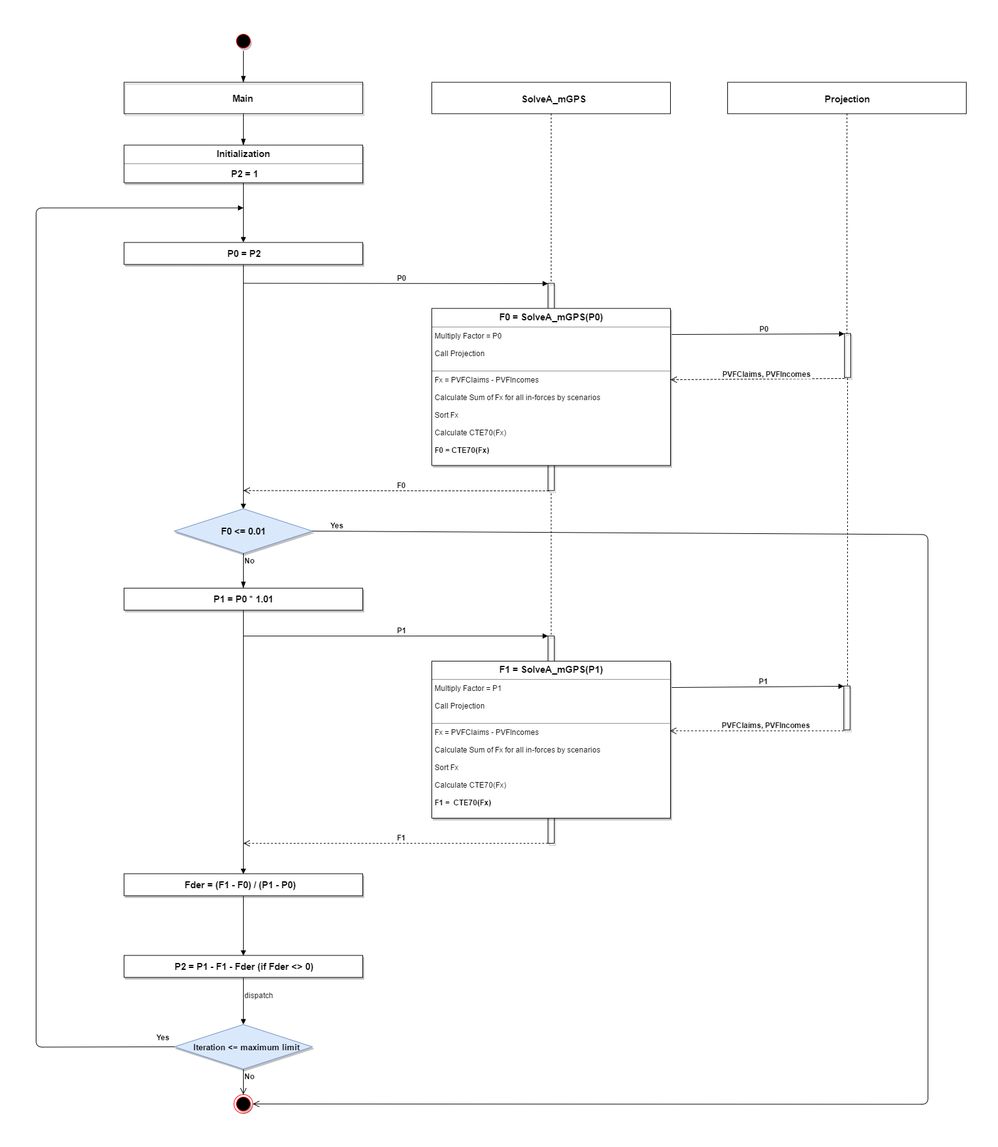
MillimanKorea/GoalSeek keeps this draw.io diagram as SecantMethod.png. Above is the earlier version. Source tidied: cells renumbered, new cells last; positions are measured from the earlier drawing's top-left corner, leaving out a move shared by most shapes.
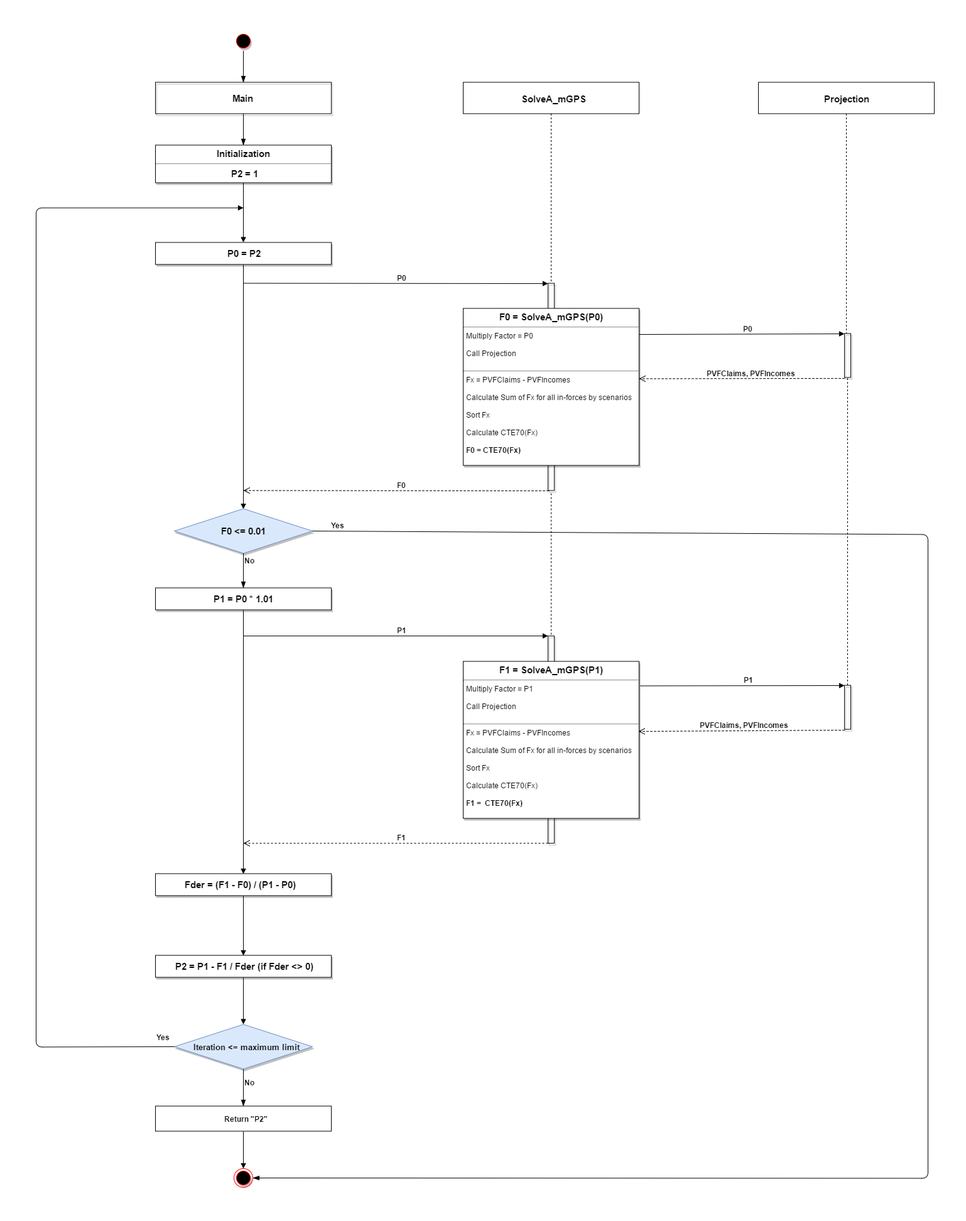
The same diagram one commit later.

Change to the diagram source:
```diff
@@ -3,13 +3,13 @@
     <mxCell id="0" style="html=1;" />
     <mxCell id="1" style="html=1;" parent="0" />
     <mxCell id="2" value="&lt;b&gt;&lt;font style=&quot;font-size: 15px&quot;&gt;P1 = P0 * 1.01&lt;/font&gt;&lt;/b&gt;&lt;br&gt;" style="html=1;glass=0;strokeWidth=1;fontSize=15;align=center;shadow=1;" parent="1" vertex="1">
-      <mxGeometry x="140" y="885.3" width="380" height="35" as="geometry" />
+      <mxGeometry x="190" y="885" width="280" height="35" as="geometry" />
     </mxCell>
     <mxCell id="3" value="&lt;b&gt;&lt;font style=&quot;font-size: 15px&quot;&gt;P0 = P2&lt;/font&gt;&lt;/b&gt;" style="html=1;glass=0;strokeWidth=1;fontSize=15;align=center;gradientColor=none;shadow=1;" parent="1" vertex="1">
-      <mxGeometry x="140" y="335" width="380" height="35" as="geometry" />
+      <mxGeometry x="190" y="335" width="280" height="35" as="geometry" />
     </mxCell>
     <mxCell id="4" value="&lt;p style=&quot;margin: 0px ; margin-top: 4px ; text-align: center&quot;&gt;&lt;strong&gt;&lt;font style=&quot;font-size: 15px&quot;&gt;Initialization&lt;/font&gt;&lt;/strong&gt;&lt;/p&gt;&lt;hr&gt;&lt;p style=&quot;text-align: center ; margin: 0px 0px 0px 4px&quot;&gt;&lt;b&gt;&lt;font style=&quot;font-size: 15px&quot;&gt;P2 = 1&lt;/font&gt;&lt;/b&gt;&lt;/p&gt;" style="shadow=1;fillColor=#FFFFFF;gradientColor=none;verticalAlign=top;align=left;overflow=fill;fontSize=12;fontFamily=Helvetica;html=1;" parent="1" vertex="1">
-      <mxGeometry x="140" y="180" width="380" height="60" as="geometry" />
+      <mxGeometry x="190" y="180" width="280" height="60" as="geometry" />
     </mxCell>
     <mxCell id="5" style="html=1;verticalAlign=bottom;startArrow=none;startFill=0;endArrow=block;startSize=8;shadow=0;strokeColor=#000000;fontSize=15;align=left;exitX=0.5;exitY=1;" parent="1" edge="1" source="4" target="3">
       <mxGeometry relative="1" as="geometry">
@@ -21,11 +21,11 @@
     <mxCell id="6" style="html=1;verticalAlign=bottom;startArrow=none;startFill=0;endArrow=block;startSize=8;shadow=0;strokeColor=#000000;fontSize=15;align=left;exitX=0.5;exitY=1;entryX=0.5;entryY=0;" parent="1" edge="1" source="3" target="9">
       <mxGeometry relative="1" as="geometry" />
     </mxCell>
-    <mxCell id="7" value="&lt;b&gt;&lt;font style=&quot;font-size: 15px&quot;&gt;P2 = P1 - F1 - Fder (if Fder &amp;lt;&amp;gt; 0)&lt;/font&gt;&lt;/b&gt;&lt;br&gt;" style="html=1;glass=0;strokeWidth=1;fontSize=15;align=center;comic=0;shadow=1;" parent="1" vertex="1">
-      <mxGeometry x="140" y="1470" width="380" height="35" as="geometry" />
+    <mxCell id="7" value="&lt;b&gt;&lt;font style=&quot;font-size: 15px&quot;&gt;P2 = P1 - F1 / Fder (if Fder &amp;lt;&amp;gt; 0)&lt;/font&gt;&lt;/b&gt;&lt;br&gt;" style="html=1;glass=0;strokeWidth=1;fontSize=15;align=center;comic=0;shadow=1;" parent="1" vertex="1">
+      <mxGeometry x="190" y="1470" width="280" height="35" as="geometry" />
     </mxCell>
     <mxCell id="8" style="ellipse;html=1;shape=endState;fillColor=#000000;strokeColor=#ff0000;shadow=1;glass=0;comic=0;fontSize=15;align=center;" parent="1" vertex="1">
-      <mxGeometry x="315" y="1691.7" width="30" height="30" as="geometry" />
+      <mxGeometry x="315" y="1809.7" width="30" height="30" as="geometry" />
     </mxCell>
     <mxCell id="9" value="&lt;b&gt;F0 &amp;lt;= 0.01&lt;/b&gt;" style="rhombus;whiteSpace=wrap;html=1;fillColor=#dae8fc;strokeColor=#6c8ebf;shadow=1;glass=0;comic=0;fontSize=15;align=center;" parent="1" vertex="1">
       <mxGeometry x="220" y="759" width="220" height="71" as="geometry" />
@@ -56,10 +56,10 @@
       </mxGeometry>
     </mxCell>
     <mxCell id="17" value="&lt;p style=&quot;margin: 0px ; margin-top: 4px ; text-align: center&quot;&gt;&lt;strong&gt;&lt;font style=&quot;font-size: 15px&quot;&gt;F0 = SolveA_mGPS(P0)&lt;/font&gt;&lt;/strong&gt;&lt;/p&gt;&lt;hr&gt;&lt;p style=&quot;margin: 0px ; margin-left: 4px&quot;&gt;Multiply Factor = P0&lt;/p&gt;&lt;p style=&quot;margin: 0px ; margin-left: 4px&quot;&gt;&lt;br&gt;&lt;/p&gt;&lt;p style=&quot;margin: 0px ; margin-left: 4px&quot;&gt;Call Projection&lt;/p&gt;&lt;p style=&quot;margin: 0px ; margin-left: 4px&quot;&gt;&lt;br&gt;&lt;/p&gt;&lt;hr&gt;&lt;p style=&quot;margin: 0px ; margin-left: 4px&quot;&gt;&lt;span&gt;Fx = PVFClaims - PVFIncomes&lt;/span&gt;&lt;/p&gt;&lt;p style=&quot;margin: 0px ; margin-left: 4px&quot;&gt;&lt;br&gt;&lt;/p&gt;&lt;p style=&quot;margin: 0px ; margin-left: 4px&quot;&gt;Calculate Sum of Fx for all in-forces by scenarios&lt;/p&gt;&lt;p style=&quot;margin: 0px ; margin-left: 4px&quot;&gt;&lt;br&gt;&lt;/p&gt;&lt;p style=&quot;margin: 0px ; margin-left: 4px&quot;&gt;Sort Fx&lt;/p&gt;&lt;p style=&quot;margin: 0px ; margin-left: 4px&quot;&gt;&lt;br&gt;&lt;/p&gt;&lt;p style=&quot;margin: 0px ; margin-left: 4px&quot;&gt;Calculate CTE70(Fx)&lt;/p&gt;&lt;p style=&quot;margin: 0px ; margin-left: 4px&quot;&gt;&lt;br&gt;&lt;/p&gt;&lt;p style=&quot;margin: 0px ; margin-left: 4px&quot;&gt;&lt;b&gt;F0 = CTE70(Fx)&lt;/b&gt;&lt;/p&gt;" style="shadow=1;fillColor=#FFFFFF;gradientColor=none;verticalAlign=top;align=left;overflow=fill;fontSize=12;fontFamily=Helvetica;html=1;" parent="1" vertex="1">
-      <mxGeometry x="630" y="440" width="380" height="250" as="geometry" />
+      <mxGeometry x="680" y="440" width="280" height="250" as="geometry" />
     </mxCell>
     <mxCell id="18" value="&lt;b&gt;&lt;font style=&quot;font-size: 15px&quot;&gt;SolveA_mGPS&lt;/font&gt;&lt;/b&gt;" style="shape=umlLifeline;perimeter=lifelinePerimeter;whiteSpace=wrap;html=1;shadow=0;glass=0;comic=0;strokeWidth=1;fillColor=none;gradientColor=none;fontSize=12;align=center;size=50;" parent="1" vertex="1">
-      <mxGeometry x="630" y="80" width="380" height="320" as="geometry" />
+      <mxGeometry x="680" y="80" width="280" height="320" as="geometry" />
     </mxCell>
     <mxCell id="19" value="return" style="html=1;verticalAlign=bottom;endArrow=open;dashed=1;endSize=8;exitX=0;exitY=0.95;shadow=0;strokeColor=#000000;fontSize=12;align=left;" parent="1" edge="1">
       <mxGeometry relative="1" as="geometry">
@@ -81,10 +81,10 @@
       </mxGeometry>
     </mxCell>
     <mxCell id="23" value="&lt;p style=&quot;margin: 0px ; margin-top: 4px ; text-align: center&quot;&gt;&lt;strong&gt;&lt;font style=&quot;font-size: 15px&quot;&gt;F1 = SolveA_mGPS(P1)&lt;/font&gt;&lt;/strong&gt;&lt;/p&gt;&lt;hr&gt;&lt;p style=&quot;margin: 0px ; margin-left: 4px&quot;&gt;Multiply Factor = P1&lt;/p&gt;&lt;p style=&quot;margin: 0px ; margin-left: 4px&quot;&gt;&lt;br&gt;&lt;/p&gt;&lt;p style=&quot;margin: 0px ; margin-left: 4px&quot;&gt;Call Projection&lt;/p&gt;&lt;p style=&quot;margin: 0px ; margin-left: 4px&quot;&gt;&lt;br&gt;&lt;/p&gt;&lt;hr&gt;&lt;p style=&quot;margin: 0px ; margin-left: 4px&quot;&gt;&lt;span&gt;Fx = PVFClaims - PVFIncomes&lt;/span&gt;&lt;/p&gt;&lt;p style=&quot;margin: 0px ; margin-left: 4px&quot;&gt;&lt;br&gt;&lt;/p&gt;&lt;p style=&quot;margin: 0px ; margin-left: 4px&quot;&gt;Calculate Sum of Fx for all in-forces by scenarios&lt;/p&gt;&lt;p style=&quot;margin: 0px ; margin-left: 4px&quot;&gt;&lt;br&gt;&lt;/p&gt;&lt;p style=&quot;margin: 0px ; margin-left: 4px&quot;&gt;Sort Fx&lt;/p&gt;&lt;p style=&quot;margin: 0px ; margin-left: 4px&quot;&gt;&lt;br&gt;&lt;/p&gt;&lt;p style=&quot;margin: 0px ; margin-left: 4px&quot;&gt;Calculate CTE70(Fx)&lt;/p&gt;&lt;p style=&quot;margin: 0px ; margin-left: 4px&quot;&gt;&lt;br&gt;&lt;/p&gt;&lt;p style=&quot;margin: 0px ; margin-left: 4px&quot;&gt;&lt;b&gt;F1 = &amp;nbsp;CTE70(Fx)&lt;/b&gt;&lt;/p&gt;" style="shadow=1;fillColor=#FFFFFF;gradientColor=none;verticalAlign=top;align=left;overflow=fill;fontSize=12;fontFamily=Helvetica;html=1;" parent="1" vertex="1">
-      <mxGeometry x="630" y="1001.6" width="380" height="250" as="geometry" />
+      <mxGeometry x="680" y="1002" width="280" height="250" as="geometry" />
     </mxCell>
     <mxCell id="24" value="&lt;b&gt;&lt;font style=&quot;font-size: 15px&quot;&gt;Fder = (F1 - F0) / (P1 - P0)&lt;/font&gt;&lt;/b&gt;&lt;br&gt;" style="html=1;glass=0;strokeWidth=1;fontSize=15;align=center;comic=0;shadow=1;" parent="1" vertex="1">
-      <mxGeometry x="140" y="1340" width="380" height="35" as="geometry" />
+      <mxGeometry x="190" y="1340" width="280" height="35" as="geometry" />
     </mxCell>
     <mxCell id="25" style="html=1;verticalAlign=bottom;endArrow=block;shadow=0;strokeColor=#000000;fontSize=12;align=left;exitX=0.5;exitY=1;entryX=0.5;entryY=0;" parent="1" edge="1" source="24" target="7">
       <mxGeometry relative="1" as="geometry" />
@@ -98,11 +98,11 @@
         </Array>
       </mxGeometry>
     </mxCell>
-    <mxCell id="27" value="dispatch" style="html=1;verticalAlign=bottom;endArrow=block;shadow=0;strokeColor=#000000;fontSize=12;align=left;exitX=0.5;exitY=1;" parent="1" edge="1" source="7" target="11">
+    <mxCell id="27" style="html=1;verticalAlign=bottom;endArrow=block;shadow=0;strokeColor=#000000;fontSize=12;align=left;exitX=0.5;exitY=1;" parent="1" edge="1" source="7" target="11">
       <mxGeometry relative="1" as="geometry" />
     </mxCell>
     <mxCell id="28" value="&lt;b&gt;&lt;font style=&quot;font-size: 15px&quot;&gt;Main&lt;/font&gt;&lt;/b&gt;" style="html=1;shadow=1;glass=0;comic=0;strokeWidth=1;fillColor=none;gradientColor=none;fontSize=12;align=center;" parent="1" vertex="1">
-      <mxGeometry x="140" y="80" width="380" height="50" as="geometry" />
+      <mxGeometry x="190" y="80" width="280" height="50" as="geometry" />
     </mxCell>
     <mxCell id="29" style="edgeStyle=orthogonalEdgeStyle;html=1;verticalAlign=bottom;endArrow=blockThin;endSize=8;strokeColor=#000000;shadow=0;fontSize=12;align=left;entryX=0.5;entryY=0;endFill=1;" parent="1" edge="1" source="12" target="28">
       <mxGeometry relative="1" as="geometry" />
@@ -110,29 +110,31 @@
     <mxCell id="30" style="html=1;verticalAlign=bottom;endArrow=none;dashed=1;endSize=8;shadow=0;strokeColor=#000000;fontSize=12;align=left;endFill=0;exitX=0.522;exitY=1.015;exitPerimeter=0;" parent="1" edge="1" source="14" target="20">
       <mxGeometry relative="1" as="geometry" />
     </mxCell>
-    <mxCell id="31" value="&lt;b&gt;Yes&lt;/b&gt;" style="html=1;verticalAlign=bottom;endArrow=open;endSize=8;shadow=0;strokeColor=#000000;fontSize=12;align=left;exitX=1;exitY=0.5;entryX=1;entryY=0.5;comic=0;" parent="1" edge="1" source="9" target="8">
+    <mxCell id="31" value="&lt;b&gt;Yes&lt;/b&gt;" style="html=1;verticalAlign=bottom;endArrow=blockThin;endSize=8;shadow=0;strokeColor=#000000;fontSize=12;align=left;exitX=1;exitY=0.5;entryX=1;entryY=0.5;comic=0;endFill=1;" parent="1" edge="1" source="9" target="8">
       <mxGeometry x="-0.98" relative="1" as="geometry">
         <Array as="points">
           <mxPoint x="1420" y="800" />
           <mxPoint x="1420" y="1270" />
-          <mxPoint x="1420" y="1707" />
+          <mxPoint x="1420" y="1825" />
         </Array>
       </mxGeometry>
     </mxCell>
-    <mxCell id="32" value="&lt;b&gt;No&lt;/b&gt;" style="html=1;verticalAlign=bottom;endArrow=open;endSize=8;shadow=0;strokeColor=#000000;fontSize=12;align=left;exitX=0.5;exitY=1;entryX=0.5;entryY=0;" parent="1" edge="1" source="11" target="8">
+    <mxCell id="32" value="&lt;b&gt;No&lt;/b&gt;" style="html=1;verticalAlign=bottom;endArrow=blockThin;endSize=8;shadow=0;strokeColor=#000000;fontSize=12;align=left;exitX=0.5;exitY=1;entryX=0.5;entryY=0;endFill=1;" parent="1" edge="1" source="11" target="42">
       <mxGeometry relative="1" as="geometry" />
     </mxCell>
     <mxCell id="33" style="html=1;verticalAlign=bottom;startArrow=none;startFill=0;endArrow=block;startSize=8;shadow=0;strokeColor=#000000;fontSize=12;align=left;exitX=0.5;exitY=1;entryX=0.5;entryY=0;" parent="1" edge="1" source="2" target="24">
       <mxGeometry relative="1" as="geometry" />
     </mxCell>
     <mxCell id="34" value="&lt;span style=&quot;font-size: 15px&quot;&gt;&lt;b&gt;Projection&lt;/b&gt;&lt;/span&gt;" style="shape=umlLifeline;perimeter=lifelinePerimeter;whiteSpace=wrap;html=1;shadow=0;glass=0;comic=0;strokeWidth=1;fillColor=none;gradientColor=none;fontSize=12;align=center;size=50;" parent="1" vertex="1">
-      <mxGeometry x="1101" y="80" width="380" height="400" as="geometry" />
+      <mxGeometry x="1150" y="80" width="280" height="400" as="geometry" />
     </mxCell>
     <mxCell id="35" style="html=1;points=[];perimeter=orthogonalPerimeter;shadow=1;glass=0;comic=0;strokeWidth=1;fillColor=none;gradientColor=none;fontSize=12;align=center;" parent="1" vertex="1">
-      <mxGeometry x="1286" y="1041.1" width="10" height="70" as="geometry" />
+      <mxGeometry x="1287" y="1040.1" width="10" height="70" as="geometry" />
     </mxCell>
-    <mxCell id="36" value="&lt;b&gt;P1&lt;/b&gt;" style="html=1;verticalAlign=bottom;endArrow=block;entryX=0;entryY=0;shadow=0;strokeColor=#000000;fontSize=12;align=left;exitX=1.006;exitY=0.168;exitPerimeter=0;" parent="1" edge="1" source="23" target="35">
-      <mxGeometry relative="1" as="geometry" />
+    <mxCell id="36" value="&lt;b&gt;P1&lt;/b&gt;" style="html=1;verticalAlign=bottom;endArrow=block;entryX=0;entryY=0;shadow=0;strokeColor=#000000;fontSize=12;align=left;" parent="1" edge="1" target="35">
+      <mxGeometry relative="1" as="geometry">
+        <mxPoint x="962" y="1041" as="sourcePoint" />
+      </mxGeometry>
     </mxCell>
     <mxCell id="37" value="&lt;div style=&quot;text-align: center&quot;&gt;&lt;b style=&quot;font-family: &amp;#34;helvetica&amp;#34; ; font-size: 12px&quot;&gt;PVFClaims, PVFIncomes&lt;/b&gt;&lt;/div&gt;" style="html=1;verticalAlign=bottom;endArrow=open;dashed=1;endSize=8;exitX=0.011;exitY=1.023;shadow=0;strokeColor=#000000;fontSize=12;align=left;exitPerimeter=0;entryX=0.997;entryY=0.444;entryPerimeter=0;" parent="1" edge="1" source="35" target="23">
       <mxGeometry x="0.42" relative="1" as="geometry" />
@@ -145,16 +147,20 @@
     <mxCell id="39" style="html=1;points=[];perimeter=orthogonalPerimeter;shadow=1;glass=0;comic=0;strokeWidth=1;fillColor=none;gradientColor=none;fontSize=12;align=center;" parent="1" vertex="1">
       <mxGeometry x="1287" y="480" width="10" height="70" as="geometry" />
     </mxCell>
-    <mxCell id="40" value="&lt;b&gt;P0&lt;/b&gt;" style="html=1;verticalAlign=bottom;endArrow=block;entryX=0;entryY=0;shadow=0;strokeColor=#000000;fontSize=12;align=left;exitX=1.003;exitY=0.165;exitPerimeter=0;" parent="1" edge="1" target="39">
-      <mxGeometry x="112" y="290.5" as="geometry">
-        <mxPoint x="1012" y="481.5" as="sourcePoint" />
-      </mxGeometry>
+    <mxCell id="40" value="&lt;b&gt;P0&lt;/b&gt;" style="html=1;verticalAlign=bottom;endArrow=block;entryX=0;entryY=0;shadow=0;strokeColor=#000000;fontSize=12;align=left;exitX=1;exitY=0.165;exitPerimeter=0;" parent="1" edge="1" source="17" target="39">
+      <mxGeometry x="112" y="290.5" as="geometry" />
     </mxCell>
-    <mxCell id="41" value="&lt;div style=&quot;text-align: center&quot;&gt;&lt;b style=&quot;font-family: &amp;#34;helvetica&amp;#34; ; font-size: 12px&quot;&gt;PVFClaims, PVFIncomes&lt;/b&gt;&lt;/div&gt;" style="html=1;verticalAlign=bottom;endArrow=open;dashed=1;endSize=8;exitX=0.011;exitY=1.023;shadow=0;strokeColor=#000000;fontSize=12;align=left;exitPerimeter=0;entryX=0.998;entryY=0.453;entryPerimeter=0;" parent="1" edge="1" source="39">
+    <mxCell id="41" value="&lt;div style=&quot;text-align: center&quot;&gt;&lt;b style=&quot;font-family: &amp;#34;helvetica&amp;#34; ; font-size: 12px&quot;&gt;PVFClaims, PVFIncomes&lt;/b&gt;&lt;/div&gt;" style="html=1;verticalAlign=bottom;endArrow=open;dashed=1;endSize=8;exitX=0.011;exitY=1.023;shadow=0;strokeColor=#000000;fontSize=12;align=left;exitPerimeter=0;" parent="1" edge="1" source="39">
       <mxGeometry as="geometry">
-        <mxPoint x="1010" y="553.5" as="targetPoint" />
+        <mxPoint x="960" y="552" as="targetPoint" />
         <mxPoint x="-58" y="1" as="offset" />
       </mxGeometry>
     </mxCell>
+    <mxCell id="42" value="&lt;b&gt;Return &quot;P2&quot;&lt;/b&gt;" style="html=1;shadow=0;glass=0;comic=0;strokeWidth=1;fillColor=none;gradientColor=none;fontSize=12;align=center;" parent="1" vertex="1">
+      <mxGeometry x="190" y="1710" width="280" height="40" as="geometry" />
+    </mxCell>
+    <mxCell id="43" style="html=1;verticalAlign=bottom;endArrow=block;shadow=0;strokeColor=#000000;fontSize=12;align=left;exitX=0.5;exitY=1;entryX=0.5;entryY=0;" parent="1" edge="1" source="42" target="8">
+      <mxGeometry relative="1" as="geometry" />
+    </mxCell>
   </root>
 </mxGraphModel>
```
